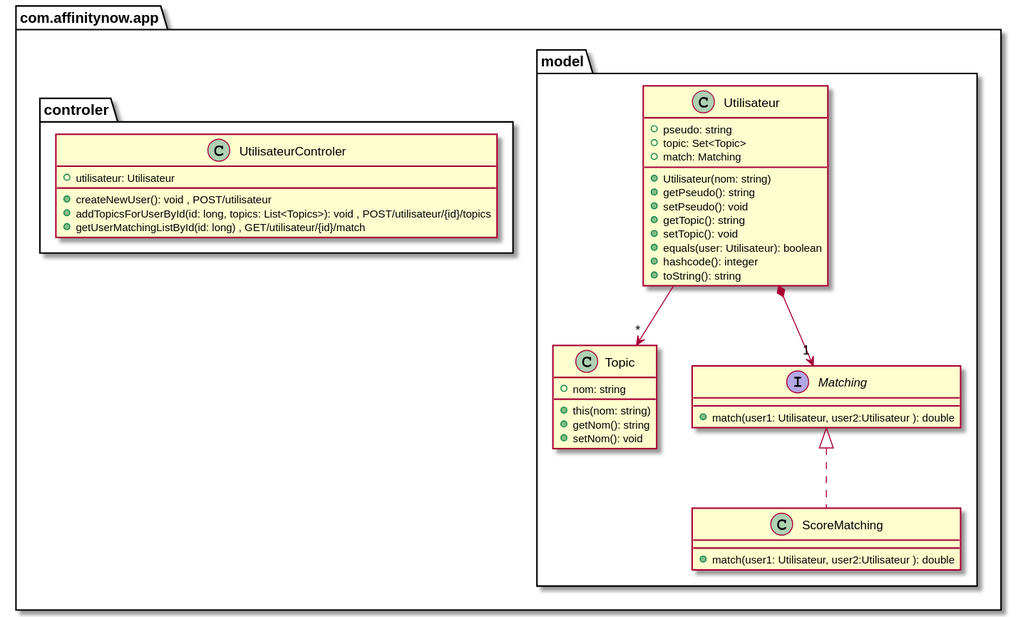
Earlier version of the PlantUML export src/docs/diagrammeDeClasse.svg (AffinityNow/AffinityNow). Its diagram source:
```plantuml
@startuml diagram

package com.affinitynow.app {
    package model {
        class Utilisateur {
            + pseudo: string
            + topic: Set<Topic>
            + match: Matching
            + Utilisateur(nom: string)
            + getPseudo(): string
            + setPseudo(): void
            + getTopic(): string
            + setTopic(): void
            + equals(user: Utilisateur): boolean
            + hashcode(): integer
            + toString(): string
        }

        class Topic {
            + nom: string
            + this(nom: string)
            + getNom(): string
            + setNom(): void
        }

        interface Matching {
            + match(user1: Utilisateur, user2:Utilisateur ): double
        }

        class ScoreMatching implements Matching {
            + match(user1: Utilisateur, user2:Utilisateur ): double
        }
    }

    package controler {
        class UtilisateurControler {
            + utilisateur: Utilisateur
            + createNewUser(): void , POST/utilisateur
            + addTopicsForUserById(id: long, topics: List<Topics>): void , POST/utilisateur/{id}/topics
            + getUserMatchingListById(id: long) , GET/utilisateur/{id}/match
        }
    }
}



Utilisateur *--> "1" Matching
Utilisateur --> "*" Topic

@enduml
```
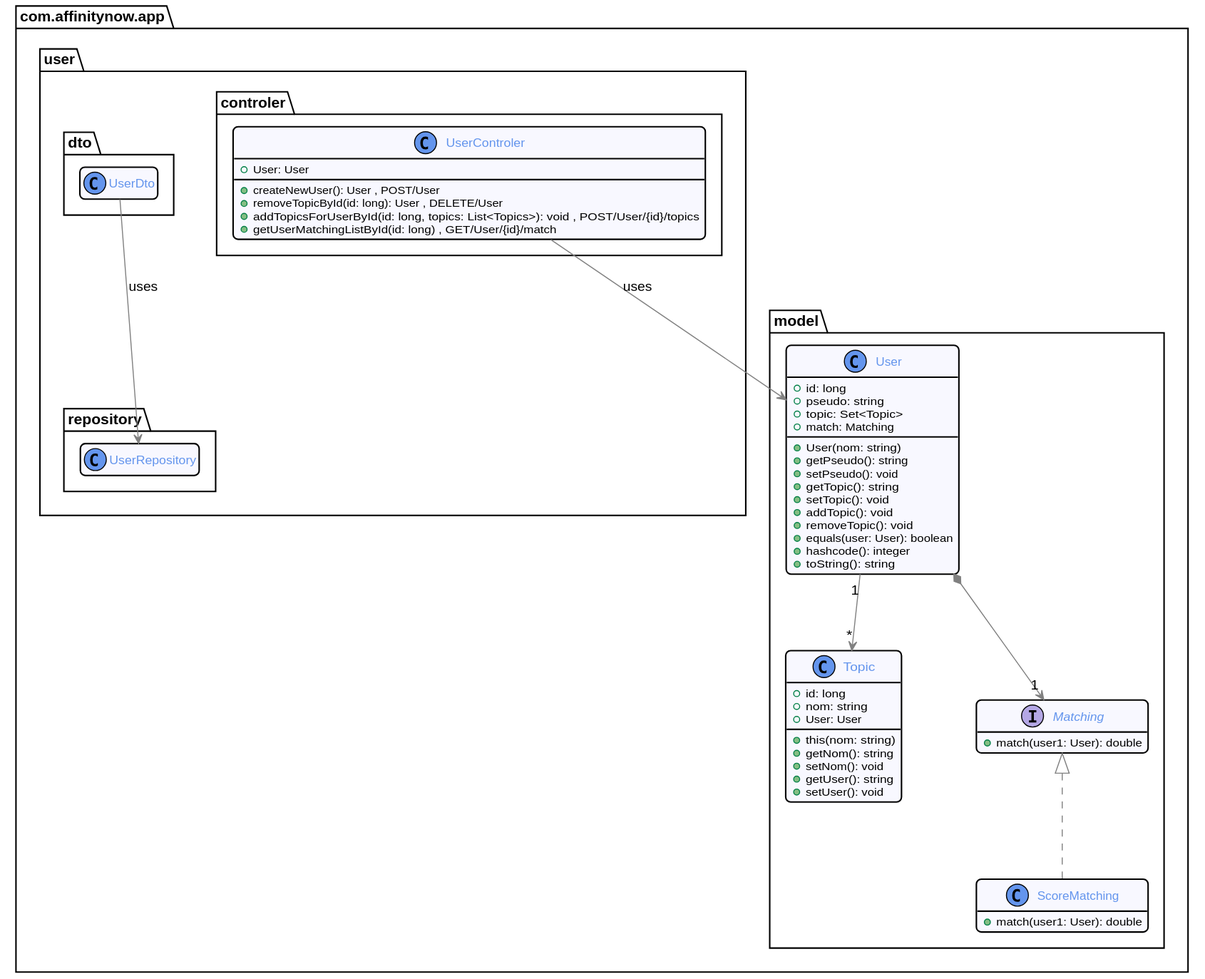
Later version of the same file.

Commit message:
Doc Update + Wireframes & Mockup added

The edit, as a diff of the source:
```diff
@@ -1,50 +1,72 @@
 @startuml diagram
+!include ../style/commons.style
 
 package com.affinitynow.app {
     package model {
-        class Utilisateur {
+        class User {
+            + id: long
             + pseudo: string
             + topic: Set<Topic>
             + match: Matching
-            + Utilisateur(nom: string)
+            + User(nom: string)
             + getPseudo(): string
             + setPseudo(): void
             + getTopic(): string
             + setTopic(): void
-            + equals(user: Utilisateur): boolean
+            + addTopic(): void
+            + removeTopic(): void
+            + equals(user: User): boolean
             + hashcode(): integer
             + toString(): string
         }
 
         class Topic {
+            + id: long
             + nom: string
+            + User: User
             + this(nom: string)
             + getNom(): string
             + setNom(): void
+            + getUser(): string
+            + setUser(): void
         }
 
         interface Matching {
-            + match(user1: Utilisateur, user2:Utilisateur ): double
+            + match(user1: User): double
         }
 
         class ScoreMatching implements Matching {
-            + match(user1: Utilisateur, user2:Utilisateur ): double
+            + match(user1: User): double
         }
     }
 
-    package controler {
-        class UtilisateurControler {
-            + utilisateur: Utilisateur
-            + createNewUser(): void , POST/utilisateur
-            + addTopicsForUserById(id: long, topics: List<Topics>): void , POST/utilisateur/{id}/topics
-            + getUserMatchingListById(id: long) , GET/utilisateur/{id}/match
+    package user {
+        package controler {
+            class UserControler {
+                + User: User
+                + createNewUser(): User , POST/User
+                + removeTopicById(id: long): User , DELETE/User
+                + addTopicsForUserById(id: long, topics: List<Topics>): void , POST/User/{id}/topics
+                + getUserMatchingListById(id: long) , GET/User/{id}/match
+            }
+        }
+        package dto {
+            class UserDto {
+
+            }
+        }
+        package repository {
+            class UserRepository {
+
+            }
         }
     }
 }
 
 
 
-Utilisateur *--> "1" Matching
-Utilisateur --> "*" Topic
-
+User *--> "1" Matching
+User "1" --> "*" Topic
+UserControler --> User: "uses"
+UserDto --> UserRepository : "uses"
 @enduml
```
